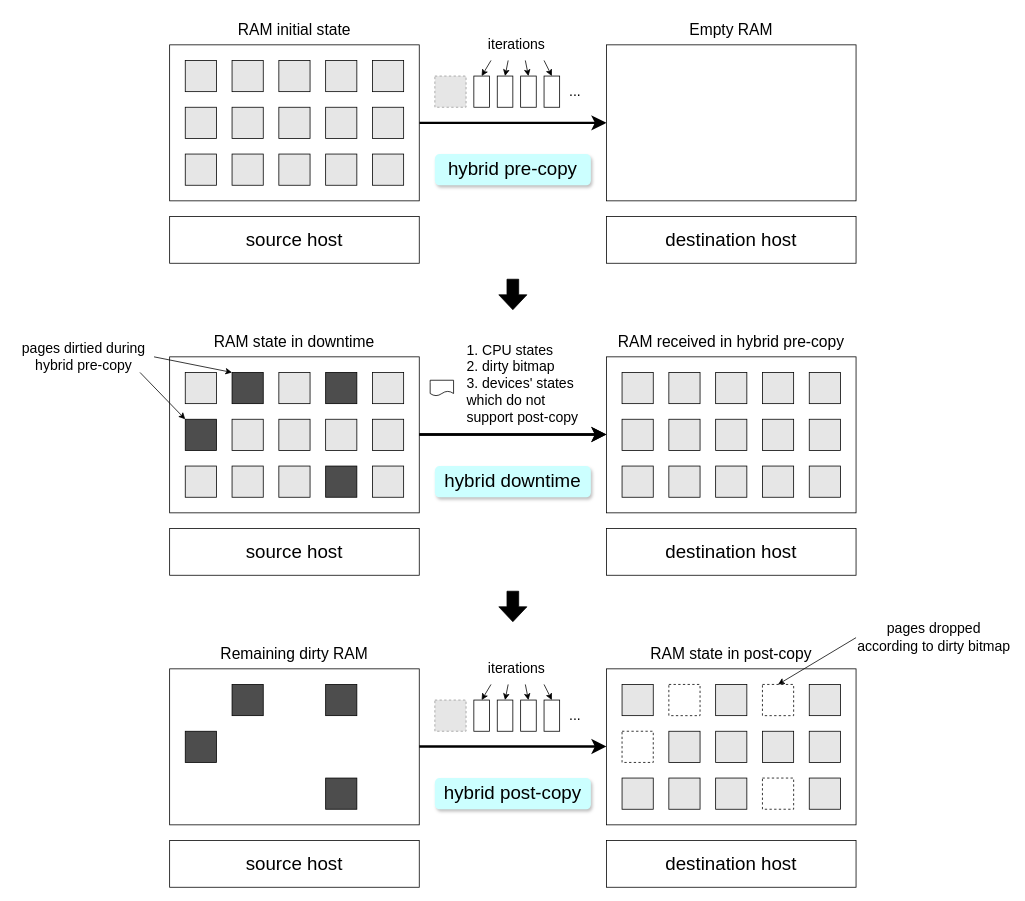
This is final/hybrid migration process.drawio from xuyizhe1999/drawio, a draw.io file, before an edit. Source tidied: cells renumbered, new cells numbered last; positions are measured from the earlier drawing's top-left corner, leaving out a move shared by most shapes. Both pictures are drawn from the tidied source at 78%, with x=0, y=0 at pixel (13, 13). Pictures stored in the file or linked from it are replaced by grey dashed boxes.
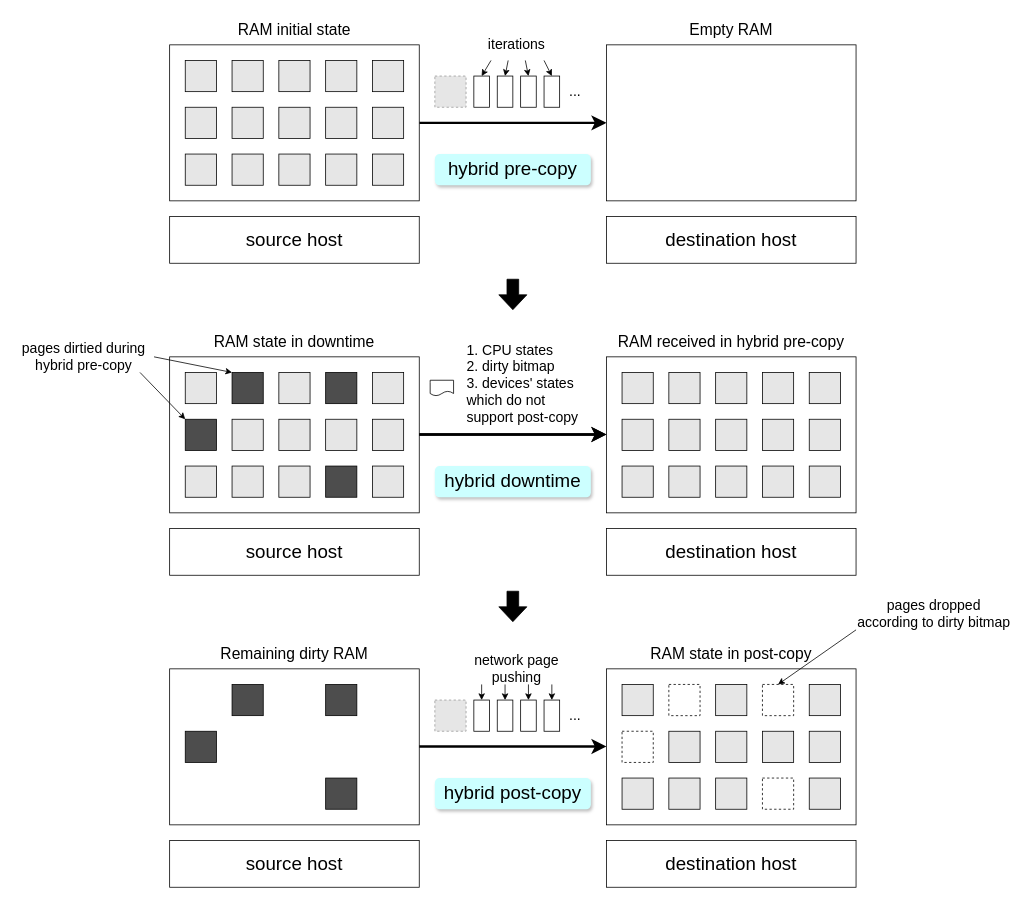
The same diagram, later.

Unchanged cells that the change refers to:
```xml
<mxCell id="93" style="rounded=0;whiteSpace=wrap;html=1;fillColor=none;dashed=1;" parent="1" vertex="1">
  <mxGeometry x="960" y="860" width="40" height="40" as="geometry" />
</mxCell>
<mxCell id="115" style="rounded=0;whiteSpace=wrap;html=1;" parent="1" vertex="1">
  <mxGeometry x="680" y="880" width="20" height="40" as="geometry" />
</mxCell>
```

Change to the diagram source:
```diff
@@
     <mxCell id="106" value="&lt;font style=&quot;font-size: 18px;&quot;&gt;pages dropped according to dirty bitmap&lt;/font&gt;" style="text;html=1;strokeColor=none;fillColor=none;align=center;verticalAlign=middle;whiteSpace=wrap;rounded=0;" parent="1" vertex="1">
-      <mxGeometry x="1080" y="780" width="200" height="40" as="geometry" />
+      <mxGeometry x="1080" y="750" width="200" height="40" as="geometry" />
     </mxCell>
-    <mxCell id="107" style="endArrow=classic;html=1;rounded=0;exitX=0;exitY=0.5;exitDx=0;exitDy=0;entryX=0.5;entryY=0;entryDx=0;entryDy=0;" parent="1" edge="1" source="106" target="93">
+    <mxCell id="107" style="endArrow=classic;html=1;rounded=0;exitX=0;exitY=1;exitDx=0;exitDy=0;entryX=0.5;entryY=0;entryDx=0;entryDy=0;" parent="1" edge="1" source="106" target="93">
       <mxGeometry relative="1" as="geometry" />
     </mxCell>
@@
-    <mxCell id="117" value="&lt;font style=&quot;font-size: 18px;&quot;&gt;iterations&lt;/font&gt;" style="text;html=1;strokeColor=none;fillColor=none;align=center;verticalAlign=middle;whiteSpace=wrap;rounded=0;" parent="1" vertex="1">
-      <mxGeometry x="590" y="820" width="110" height="40" as="geometry" />
+    <mxCell id="117" value="&lt;font style=&quot;font-size: 18px;&quot;&gt;network page pushing&lt;/font&gt;" style="text;html=1;strokeColor=none;fillColor=none;align=center;verticalAlign=middle;whiteSpace=wrap;rounded=0;" parent="1" vertex="1">
+      <mxGeometry x="570" y="820" width="150" height="40" as="geometry" />
     </mxCell>
@@
-    <mxCell id="121" style="endArrow=classic;html=1;rounded=0;exitX=0.818;exitY=1;exitDx=0;exitDy=0;exitPerimeter=0;entryX=0.5;entryY=0;entryDx=0;entryDy=0;" parent="1" edge="1" source="117" target="115">
+    <mxCell id="121" style="endArrow=classic;html=1;rounded=0;exitX=0.8;exitY=1;exitDx=0;exitDy=0;exitPerimeter=0;entryX=0.5;entryY=0;entryDx=0;entryDy=0;" parent="1" edge="1" source="117" target="115">
       <mxGeometry relative="1" as="geometry" />
     </mxCell>
```
